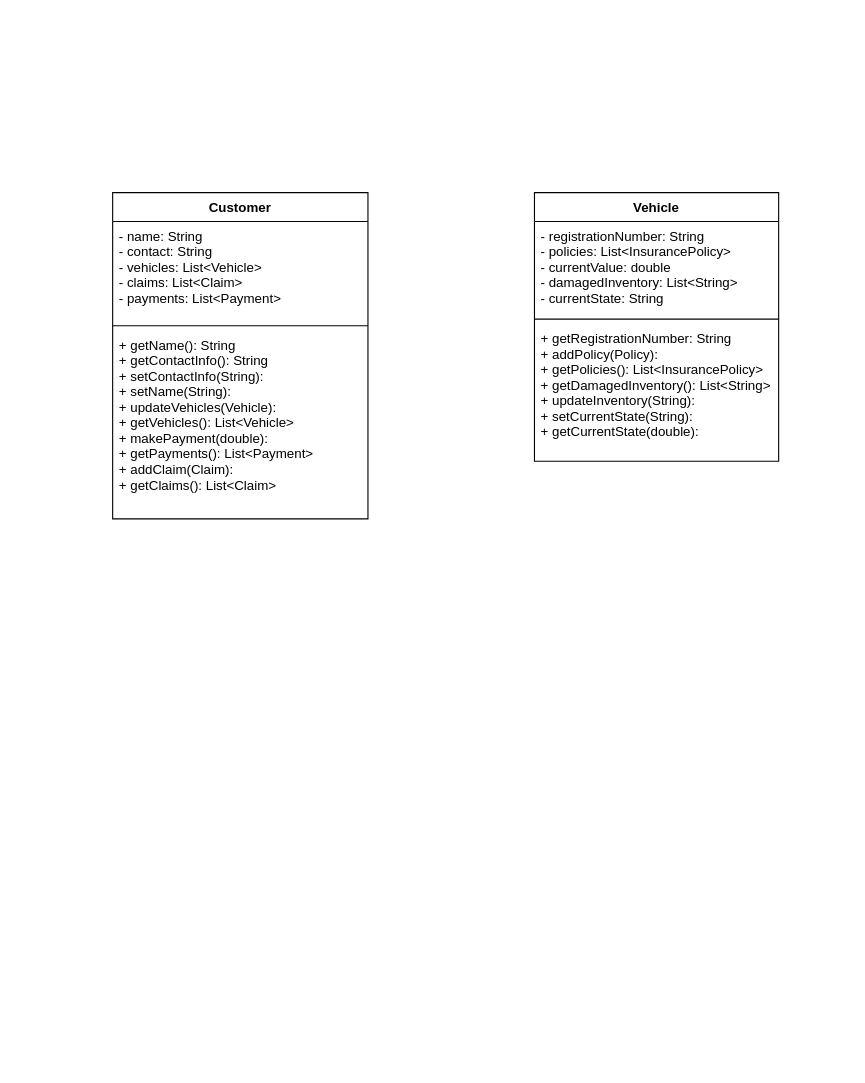
Earlier version of the draw.io diagram Vehicle Insurance Diagram.drawio (SrikanthBonkuri/UML). Source tidied: cells renumbered, new cells numbered last; positions are measured from the earlier drawing's top-left corner, leaving out a move shared by most shapes. Both pictures are drawn from the tidied source at 111%, with x=0, y=0 at pixel (112, 192).
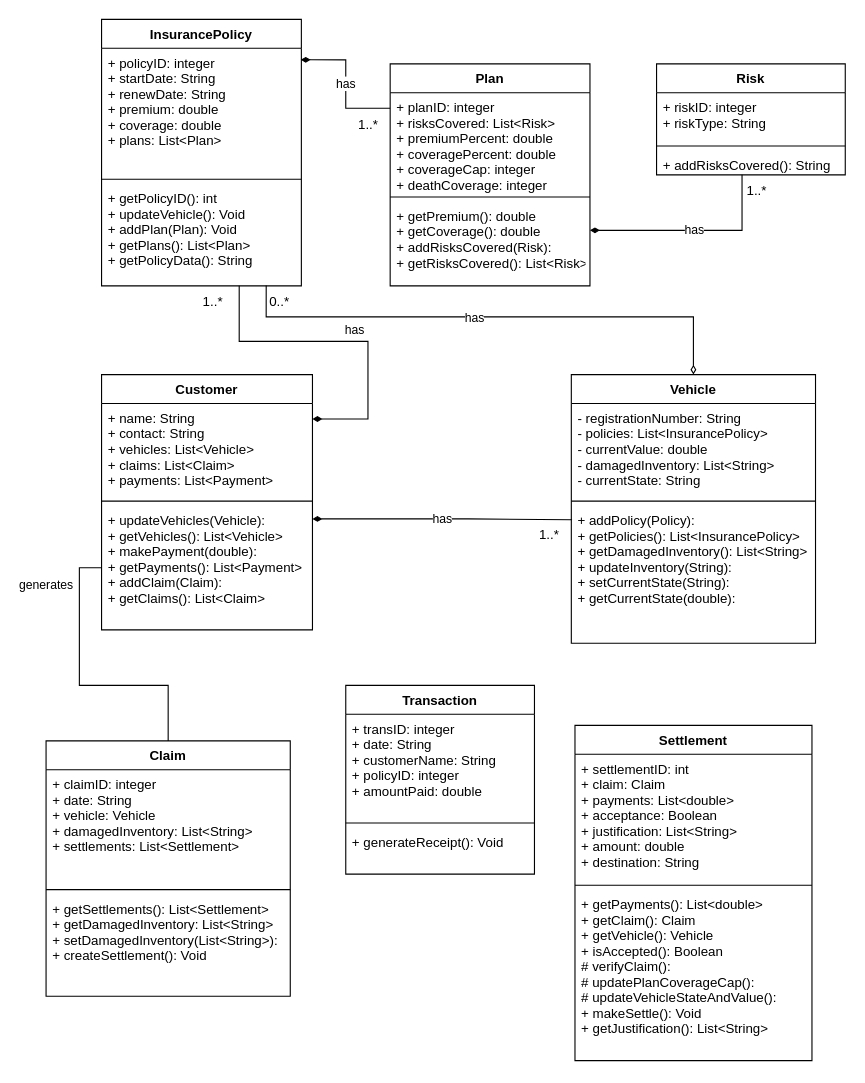
The same page after the edit.

What changed in the source:
```diff
@@
     <mxCell id="2" value="Customer" style="swimlane;fontStyle=1;align=center;verticalAlign=top;horizontal=1;startSize=26;" parent="1" vertex="1">
-      <mxGeometry width="230" height="294" as="geometry" />
+      <mxGeometry x="-10" y="164" width="190" height="230" as="geometry" />
     </mxCell>
-    <mxCell id="3" value="- name: String&#10;- contact: String&#10;- vehicles: List&lt;Vehicle&gt;&#10;- claims: List&lt;Claim&gt;&#10;- payments: List&lt;Payment&gt;" style="text;strokeColor=none;fillColor=none;align=left;verticalAlign=top;spacingLeft=4;spacingRight=4;overflow=hidden;points=[[0,0.5],[1,0.5]];portConstraint=eastwest;" parent="2" vertex="1">
-      <mxGeometry y="26" width="230" height="90" as="geometry" />
+    <mxCell id="3" value="+ name: String&#10;+ contact: String&#10;+ vehicles: List&lt;Vehicle&gt;&#10;+ claims: List&lt;Claim&gt;&#10;+ payments: List&lt;Payment&gt;" style="text;strokeColor=none;fillColor=none;align=left;verticalAlign=top;spacingLeft=4;spacingRight=4;overflow=hidden;points=[[0,0.5],[1,0.5]];portConstraint=eastwest;" parent="2" vertex="1">
+      <mxGeometry y="26" width="190" height="84" as="geometry" />
     </mxCell>
     <mxCell id="4" style="line;strokeWidth=1;fillColor=none;align=left;verticalAlign=middle;spacingTop=-1;spacingLeft=3;spacingRight=3;labelPosition=right;strokeColor=inherit;" parent="2" vertex="1">
-      <mxGeometry y="116" width="230" height="8" as="geometry" />
+      <mxGeometry y="110" width="190" height="8" as="geometry" />
     </mxCell>
-    <mxCell id="5" value="+ getName(): String&#10;+ getContactInfo(): String&#10;+ setContactInfo(String):&#10;+ setName(String):&#10;+ updateVehicles(Vehicle): &#10;+ getVehicles(): List&lt;Vehicle&gt;&#10;+ makePayment(double):&#10;+ getPayments(): List&lt;Payment&gt;&#10;+ addClaim(Claim):&#10;+ getClaims(): List&lt;Claim&gt; " style="text;strokeColor=none;fillColor=none;align=left;verticalAlign=top;spacingLeft=4;spacingRight=4;overflow=hidden;" parent="2" vertex="1">
-      <mxGeometry y="124" width="230" height="170" as="geometry" />
-    </mxCell>
+    <mxCell id="10" value="has" style="edgeStyle=orthogonalEdgeStyle;rounded=0;jettySize=auto;html=1;exitX=1;exitY=0.5;exitDx=0;exitDy=0;endArrow=none;endFill=0;startArrow=diamondThin;startFill=1;entryX=0.003;entryY=0.103;entryDx=0;entryDy=0;entryPerimeter=0;" parent="2" edge="1" target="9">
+      <mxGeometry relative="1" as="geometry">
+        <mxPoint x="190" y="130" as="sourcePoint" />
+        <Array as="points">
+          <mxPoint x="330" y="130" />
+        </Array>
+      </mxGeometry>
+    </mxCell>
+    <mxCell id="11" value="+ updateVehicles(Vehicle): &#10;+ getVehicles(): List&lt;Vehicle&gt;&#10;+ makePayment(double):&#10;+ getPayments(): List&lt;Payment&gt;&#10;+ addClaim(Claim):&#10;+ getClaims(): List&lt;Claim&gt; " style="text;strokeColor=none;fillColor=none;align=left;verticalAlign=top;spacingLeft=4;spacingRight=4;overflow=hidden;points=[[0,0.5],[1,0.5]];portConstraint=eastwest;" parent="2" vertex="1">
+      <mxGeometry y="118" width="190" height="112" as="geometry" />
+    </mxCell>
     <mxCell id="6" value="Vehicle" style="swimlane;fontStyle=1;align=center;verticalAlign=top;horizontal=1;startSize=26;" parent="1" vertex="1">
-      <mxGeometry x="380" width="220" height="242" as="geometry" />
+      <mxGeometry x="413.2" y="164" width="220" height="242" as="geometry" />
     </mxCell>
@@
-    <mxCell id="9" value="+ getRegistrationNumber: String&#10;+ addPolicy(Policy): &#10;+ getPolicies(): List&lt;InsurancePolicy&gt;&#10;+ getDamagedInventory(): List&lt;String&gt;&#10;+ updateInventory(String):&#10;+ setCurrentState(String):&#10;+ getCurrentState(double):" style="text;strokeColor=none;fillColor=none;align=left;verticalAlign=top;spacingLeft=4;spacingRight=4;overflow=hidden;points=[[0,0.5],[1,0.5]];portConstraint=eastwest;" parent="6" vertex="1">
+    <mxCell id="9" value="+ addPolicy(Policy): &#10;+ getPolicies(): List&lt;InsurancePolicy&gt;&#10;+ getDamagedInventory(): List&lt;String&gt;&#10;+ updateInventory(String):&#10;+ setCurrentState(String):&#10;+ getCurrentState(double):" style="text;strokeColor=none;fillColor=none;align=left;verticalAlign=top;spacingLeft=4;spacingRight=4;overflow=hidden;points=[[0,0.5],[1,0.5]];portConstraint=eastwest;" parent="6" vertex="1">
       <mxGeometry y="118" width="220" height="124" as="geometry" />
     </mxCell>
+    <mxCell id="12" value="Claim" style="swimlane;fontStyle=1;align=center;verticalAlign=top;horizontal=1;startSize=26;" parent="1" vertex="1">
+      <mxGeometry x="-60" y="494" width="220" height="230" as="geometry" />
+    </mxCell>
+    <mxCell id="13" value="+ claimID: integer&#10;+ date: String&#10;+ vehicle: Vehicle&#10;+ damagedInventory: List&lt;String&gt;&#10;+ settlements: List&lt;Settlement&gt;" style="text;strokeColor=none;fillColor=none;align=left;verticalAlign=top;spacingLeft=4;spacingRight=4;overflow=hidden;" parent="12" vertex="1">
+      <mxGeometry y="26" width="220" height="104" as="geometry" />
+    </mxCell>
+    <mxCell id="14" style="line;strokeWidth=1;fillColor=none;align=left;verticalAlign=middle;spacingTop=-1;spacingLeft=3;spacingRight=3;labelPosition=right;strokeColor=inherit;" parent="12" vertex="1">
+      <mxGeometry y="130" width="220" height="8" as="geometry" />
+    </mxCell>
+    <mxCell id="15" value="+ getSettlements(): List&lt;Settlement&gt;&#10;+ getDamagedInventory: List&lt;String&gt;&#10;+ setDamagedInventory(List&lt;String&gt;):&#10;+ createSettlement(): Void&#10;" style="text;strokeColor=none;fillColor=none;align=left;verticalAlign=top;spacingLeft=4;spacingRight=4;overflow=hidden;" parent="12" vertex="1">
+      <mxGeometry y="138" width="220" height="92" as="geometry" />
+    </mxCell>
+    <mxCell id="16" value="Settlement" style="swimlane;fontStyle=1;align=center;verticalAlign=top;horizontal=1;startSize=26;" parent="1" vertex="1">
+      <mxGeometry x="416.5" y="480" width="213.5" height="302" as="geometry" />
+    </mxCell>
+    <mxCell id="17" value="+ settlementID: int&#10;+ claim: Claim&#10;+ payments: List&lt;double&gt;&#10;+ acceptance: Boolean&#10;+ justification: List&lt;String&gt;&#10;+ amount: double&#10;+ destination: String" style="text;strokeColor=none;fillColor=none;align=left;verticalAlign=top;spacingLeft=4;spacingRight=4;overflow=hidden;" parent="16" vertex="1">
+      <mxGeometry y="26" width="213.5" height="114" as="geometry" />
+    </mxCell>
+    <mxCell id="18" style="line;strokeWidth=1;fillColor=none;align=left;verticalAlign=middle;spacingTop=-1;spacingLeft=3;spacingRight=3;labelPosition=right;strokeColor=inherit;" parent="16" vertex="1">
+      <mxGeometry y="140" width="213.5" height="8" as="geometry" />
+    </mxCell>
+    <mxCell id="19" value="+ getPayments(): List&lt;double&gt;&#10;+ getClaim(): Claim&#10;+ getVehicle(): Vehicle&#10;+ isAccepted(): Boolean&#10;# verifyClaim():&#10;# updatePlanCoverageCap():&#10;# updateVehicleStateAndValue():&#10;+ makeSettle(): Void&#10;+ getJustification(): List&lt;String&gt;" style="text;strokeColor=none;fillColor=none;align=left;verticalAlign=top;spacingLeft=4;spacingRight=4;overflow=hidden;" parent="16" vertex="1">
+      <mxGeometry y="148" width="213.5" height="154" as="geometry" />
+    </mxCell>
+    <mxCell id="20" value="InsurancePolicy" style="swimlane;fontStyle=1;align=center;verticalAlign=top;horizontal=1;startSize=26;" parent="1" vertex="1">
+      <mxGeometry x="-10" y="-156" width="180" height="240" as="geometry" />
+    </mxCell>
+    <mxCell id="21" value="+ policyID: integer&#10;+ startDate: String&#10;+ renewDate: String&#10;+ premium: double&#10;+ coverage: double&#10;+ plans: List&lt;Plan&gt;" style="text;strokeColor=none;fillColor=none;align=left;verticalAlign=top;spacingLeft=4;spacingRight=4;overflow=hidden;points=[[0,0.5],[1,0.5]];portConstraint=eastwest;" parent="20" vertex="1">
+      <mxGeometry y="26" width="180" height="114" as="geometry" />
+    </mxCell>
+    <mxCell id="22" style="line;strokeWidth=1;fillColor=none;align=left;verticalAlign=middle;spacingTop=-1;spacingLeft=3;spacingRight=3;labelPosition=right;strokeColor=inherit;" parent="20" vertex="1">
+      <mxGeometry y="140" width="180" height="8" as="geometry" />
+    </mxCell>
+    <mxCell id="23" value="+ getPolicyID(): int&#10;+ updateVehicle(): Void&#10;+ addPlan(Plan): Void&#10;+ getPlans(): List&lt;Plan&gt;&#10;+ getPolicyData(): String" style="text;strokeColor=none;fillColor=none;align=left;verticalAlign=top;spacingLeft=4;spacingRight=4;overflow=hidden;points=[[0,0.5],[1,0.5]];portConstraint=eastwest;" parent="20" vertex="1">
+      <mxGeometry y="148" width="180" height="92" as="geometry" />
+    </mxCell>
+    <mxCell id="24" value="Risk" style="swimlane;fontStyle=1;align=center;verticalAlign=top;horizontal=1;startSize=26;" parent="1" vertex="1">
+      <mxGeometry x="490" y="-116" width="170" height="100" as="geometry" />
+    </mxCell>
+    <mxCell id="25" value="+ riskID: integer&#10;+ riskType: String" style="text;strokeColor=none;fillColor=none;align=left;verticalAlign=top;spacingLeft=4;spacingRight=4;overflow=hidden;" parent="24" vertex="1">
+      <mxGeometry y="26" width="170" height="44" as="geometry" />
+    </mxCell>
+    <mxCell id="26" style="line;strokeWidth=1;fillColor=none;align=left;verticalAlign=middle;spacingTop=-1;spacingLeft=3;spacingRight=3;labelPosition=right;strokeColor=inherit;" parent="24" vertex="1">
+      <mxGeometry y="70" width="170" height="8" as="geometry" />
+    </mxCell>
+    <mxCell id="27" value="+ addRisksCovered(): String" style="text;strokeColor=none;fillColor=none;align=left;verticalAlign=top;spacingLeft=4;spacingRight=4;overflow=hidden;points=[[0,0.5],[1,0.5]];portConstraint=eastwest;" parent="24" vertex="1">
+      <mxGeometry y="78" width="170" height="22" as="geometry" />
+    </mxCell>
+    <mxCell id="28" value="Plan" style="swimlane;fontStyle=1;align=center;verticalAlign=top;horizontal=1;startSize=26;" parent="1" vertex="1">
+      <mxGeometry x="250" y="-116" width="180" height="200" as="geometry" />
+    </mxCell>
+    <mxCell id="29" value="+ planID: integer&#10;+ risksCovered: List&lt;Risk&gt;&#10;+ premiumPercent: double&#10;+ coveragePercent: double&#10;+ coverageCap: integer&#10;+ deathCoverage: integer" style="text;strokeColor=none;fillColor=none;align=left;verticalAlign=top;spacingLeft=4;spacingRight=4;overflow=hidden;" parent="28" vertex="1">
+      <mxGeometry y="26" width="180" height="90" as="geometry" />
+    </mxCell>
+    <mxCell id="30" style="line;strokeWidth=1;fillColor=none;align=left;verticalAlign=middle;spacingTop=-1;spacingLeft=3;spacingRight=3;labelPosition=right;strokeColor=inherit;" parent="28" vertex="1">
+      <mxGeometry y="116" width="180" height="8" as="geometry" />
+    </mxCell>
+    <mxCell id="31" value="+ getPremium(): double&#10;+ getCoverage(): double&#10;+ addRisksCovered(Risk):&#10;+ getRisksCovered(): List&lt;Risk&gt;" style="text;strokeColor=none;fillColor=none;align=left;verticalAlign=top;spacingLeft=4;spacingRight=4;overflow=hidden;" parent="28" vertex="1">
+      <mxGeometry y="124" width="180" height="76" as="geometry" />
+    </mxCell>
+    <mxCell id="32" value="Transaction" style="swimlane;fontStyle=1;align=center;verticalAlign=top;horizontal=1;startSize=26;" parent="1" vertex="1">
+      <mxGeometry x="210" y="444" width="170" height="170" as="geometry" />
+    </mxCell>
+    <mxCell id="33" value="+ transID: integer&#10;+ date: String&#10;+ customerName: String&#10;+ policyID: integer&#10;+ amountPaid: double&#10;" style="text;strokeColor=none;fillColor=none;align=left;verticalAlign=top;spacingLeft=4;spacingRight=4;overflow=hidden;" parent="32" vertex="1">
+      <mxGeometry y="26" width="170" height="94" as="geometry" />
+    </mxCell>
+    <mxCell id="34" style="line;strokeWidth=1;fillColor=none;align=left;verticalAlign=middle;spacingTop=-1;spacingLeft=3;spacingRight=3;labelPosition=right;strokeColor=inherit;" parent="32" vertex="1">
+      <mxGeometry y="120" width="170" height="8" as="geometry" />
+    </mxCell>
+    <mxCell id="35" value="+ generateReceipt(): Void" style="text;strokeColor=none;fillColor=none;align=left;verticalAlign=top;spacingLeft=4;spacingRight=4;overflow=hidden;" parent="32" vertex="1">
+      <mxGeometry y="128" width="170" height="42" as="geometry" />
+    </mxCell>
+    <mxCell id="36" value="1..*" style="text;html=1;align=center;verticalAlign=middle;strokeColor=none;fillColor=none;" parent="1" vertex="1">
+      <mxGeometry x="373.2" y="294" width="40" height="30" as="geometry" />
+    </mxCell>
+    <mxCell id="37" value="has" style="edgeStyle=orthogonalEdgeStyle;rounded=0;jettySize=auto;html=1;endArrow=none;endFill=0;startArrow=diamondThin;startFill=1;" parent="1" edge="1" source="3">
+      <mxGeometry x="-0.08" y="-10" relative="1" as="geometry">
+        <mxPoint x="114" y="84" as="targetPoint" />
+        <Array as="points">
+          <mxPoint x="230" y="204" />
+          <mxPoint x="230" y="134" />
+          <mxPoint x="114" y="134" />
+        </Array>
+      </mxGeometry>
+    </mxCell>
+    <mxCell id="38" value="has" style="edgeStyle=orthogonalEdgeStyle;rounded=0;jettySize=auto;html=1;endArrow=none;endFill=0;startArrow=diamondThin;startFill=1;" parent="1" edge="1" target="27">
+      <mxGeometry relative="1" as="geometry">
+        <mxPoint x="430" y="34" as="sourcePoint" />
+        <Array as="points">
+          <mxPoint x="567" y="34" />
+        </Array>
+      </mxGeometry>
+    </mxCell>
+    <mxCell id="39" value="has" style="edgeStyle=orthogonalEdgeStyle;rounded=0;jettySize=auto;html=1;exitX=0.997;exitY=0.091;exitDx=0;exitDy=0;endArrow=none;endFill=0;startArrow=diamondThin;startFill=1;exitPerimeter=0;" parent="1" edge="1" source="21">
+      <mxGeometry relative="1" as="geometry">
+        <mxPoint x="250" y="-76" as="targetPoint" />
+        <Array as="points">
+          <mxPoint x="210" y="-120" />
+          <mxPoint x="210" y="-76" />
+        </Array>
+      </mxGeometry>
+    </mxCell>
+    <mxCell id="40" style="edgeStyle=orthogonalEdgeStyle;rounded=0;jettySize=auto;html=1;endArrow=diamondThin;endFill=0;horizontal=0;startArrow=none;startFill=0;entryX=0.5;entryY=0;entryDx=0;entryDy=0;exitX=0.824;exitY=0.996;exitDx=0;exitDy=0;exitPerimeter=0;" parent="1" edge="1" source="23" target="6">
+      <mxGeometry relative="1" as="geometry">
+        <Array as="points">
+          <mxPoint x="138" y="112" />
+          <mxPoint x="523" y="112" />
+        </Array>
+      </mxGeometry>
+    </mxCell>
+    <mxCell id="41" value="has" style="edgeLabel;html=1;align=center;verticalAlign=middle;" parent="40" vertex="1">
+      <mxGeometry x="-0.07" relative="1" as="geometry" />
+    </mxCell>
+    <mxCell id="42" value="0..*" style="text;html=1;align=center;verticalAlign=middle;strokeColor=none;fillColor=none;" parent="1" vertex="1">
+      <mxGeometry x="130" y="84" width="40" height="30" as="geometry" />
+    </mxCell>
+    <mxCell id="43" value="1..*" style="text;html=1;align=center;verticalAlign=middle;strokeColor=none;fillColor=none;" parent="1" vertex="1">
+      <mxGeometry x="210" y="-76" width="40" height="30" as="geometry" />
+    </mxCell>
+    <mxCell id="44" value="1..*" style="text;html=1;align=center;verticalAlign=middle;strokeColor=none;fillColor=none;" parent="1" vertex="1">
+      <mxGeometry x="560" y="-16" width="40" height="30" as="geometry" />
+    </mxCell>
+    <mxCell id="45" value="1..*" style="text;html=1;align=center;verticalAlign=middle;strokeColor=none;fillColor=none;" parent="1" vertex="1">
+      <mxGeometry x="70" y="84" width="40" height="30" as="geometry" />
+    </mxCell>
+    <mxCell id="46" value="generates" style="edgeStyle=orthogonalEdgeStyle;rounded=0;jettySize=auto;html=1;endArrow=none;endFill=0;" parent="1" edge="1" source="11" target="12">
+      <mxGeometry x="-0.72" y="-30" relative="1" as="geometry" />
+    </mxCell>
```
